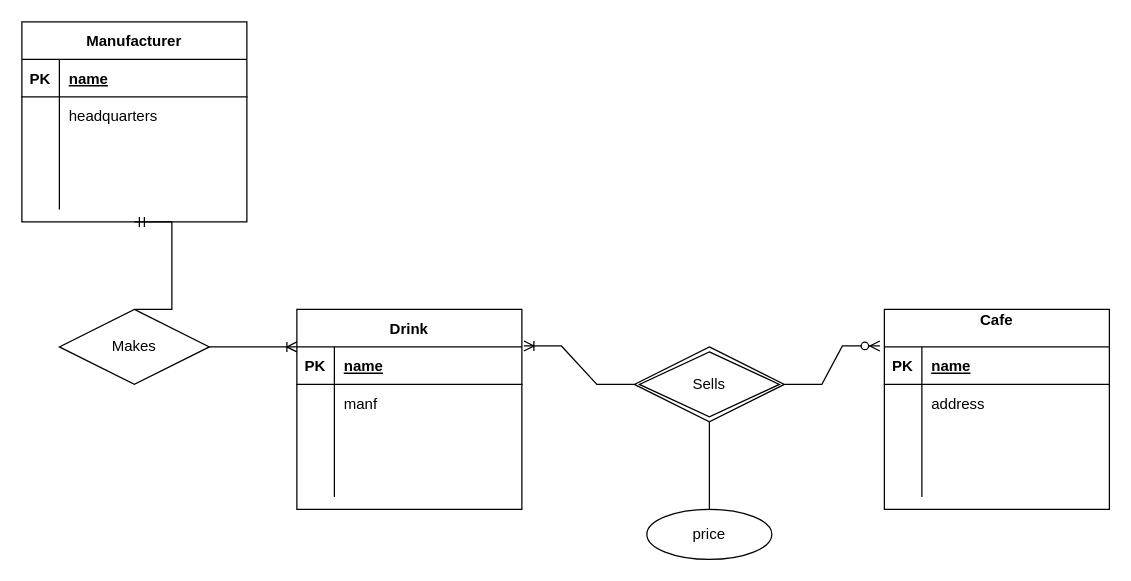
Above: cs348HW4.drawio in dMahra/UCIwineAnalysis (draw.io), before the change. Source tidied: cells renumbered, new cells numbered last; positions are measured from the earlier drawing's top-left corner, leaving out a move shared by most shapes. Both pictures are drawn from the tidied source at 125%, with x=0, y=0 at pixel (21, 21).
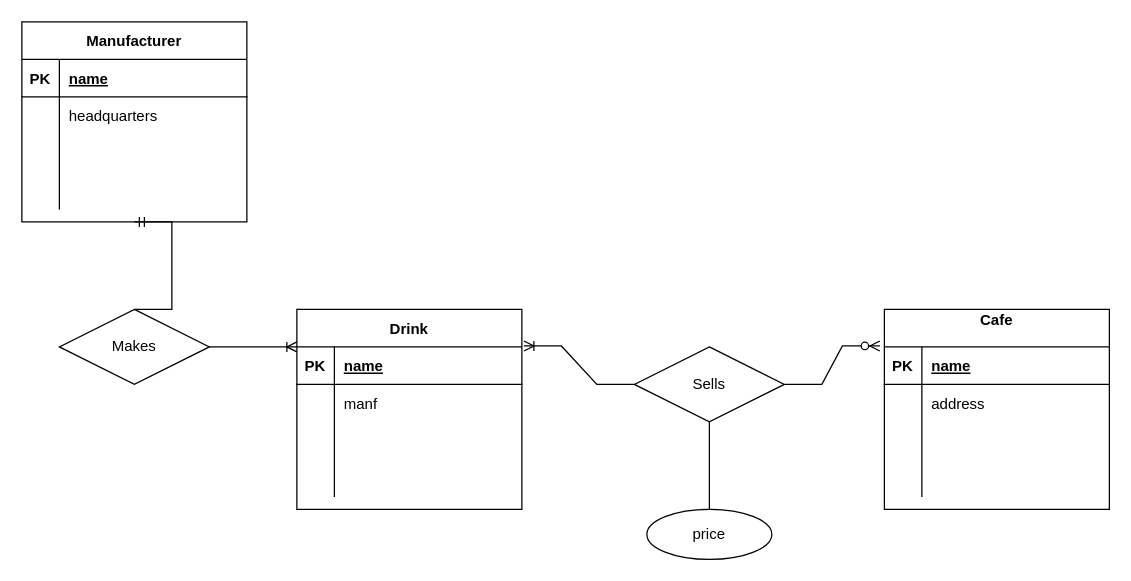
Above is the later version.

Unchanged cells that the change refers to:
```xml
<mxCell id="29" style="shape=tableRow;horizontal=0;startSize=0;swimlaneHead=0;swimlaneBody=0;fillColor=none;points=[[0,0.5],[1,0.5]];portConstraint=eastwest;top=0;left=0;right=0;bottom=1;" parent="28" vertex="1">
  <mxGeometry y="30" width="180" height="30" as="geometry" />
</mxCell>
<mxCell id="42" value="price" style="ellipse;whiteSpace=wrap;html=1;align=center;" parent="1" vertex="1">
  <mxGeometry x="500" y="390" width="100" height="40" as="geometry" />
</mxCell>
```

What changed in the source:
```diff
@@
-    <mxCell id="43" style="endArrow=none;html=1;rounded=0;entryX=0.5;entryY=1;entryDx=0;entryDy=0;exitX=0.5;exitY=0;exitDx=0;exitDy=0;" parent="1" edge="1" source="42" target="44">
-      <mxGeometry relative="1" as="geometry" />
+    <mxCell id="43" style="endArrow=none;html=1;rounded=0;entryX=0.5;entryY=1;entryDx=0;entryDy=0;exitX=0.5;exitY=0;exitDx=0;exitDy=0;" parent="1" edge="1" source="42">
+      <mxGeometry relative="1" as="geometry">
+        <mxPoint x="550" y="320" as="targetPoint" />
+      </mxGeometry>
     </mxCell>
-    <mxCell id="44" value="Sells" style="shape=rhombus;double=1;perimeter=rhombusPerimeter;whiteSpace=wrap;html=1;align=center;" parent="1" vertex="1">
-      <mxGeometry x="490" y="260" width="120" height="60" as="geometry" />
-    </mxCell>
-    <mxCell id="45" style="edgeStyle=entityRelationEdgeStyle;fontSize=12;html=1;endArrow=ERzeroToMany;endFill=1;rounded=0;entryX=-0.02;entryY=-0.024;entryDx=0;entryDy=0;entryPerimeter=0;exitX=1;exitY=0.5;exitDx=0;exitDy=0;" parent="1" edge="1" source="44" target="29">
-      <mxGeometry relative="1" as="geometry" />
+    <mxCell id="45" style="edgeStyle=entityRelationEdgeStyle;fontSize=12;html=1;endArrow=ERzeroToMany;endFill=1;rounded=0;entryX=-0.02;entryY=-0.024;entryDx=0;entryDy=0;entryPerimeter=0;exitX=1;exitY=0.5;exitDx=0;exitDy=0;" parent="1" edge="1" target="29">
+      <mxGeometry relative="1" as="geometry">
+        <mxPoint x="610" y="290" as="sourcePoint" />
+      </mxGeometry>
     </mxCell>
@@
+    <mxCell id="44" value="Sells" style="shape=rhombus;perimeter=rhombusPerimeter;whiteSpace=wrap;html=1;align=center;" parent="1" vertex="1">
+      <mxGeometry x="490" y="260" width="120" height="60" as="geometry" />
+    </mxCell>
```
